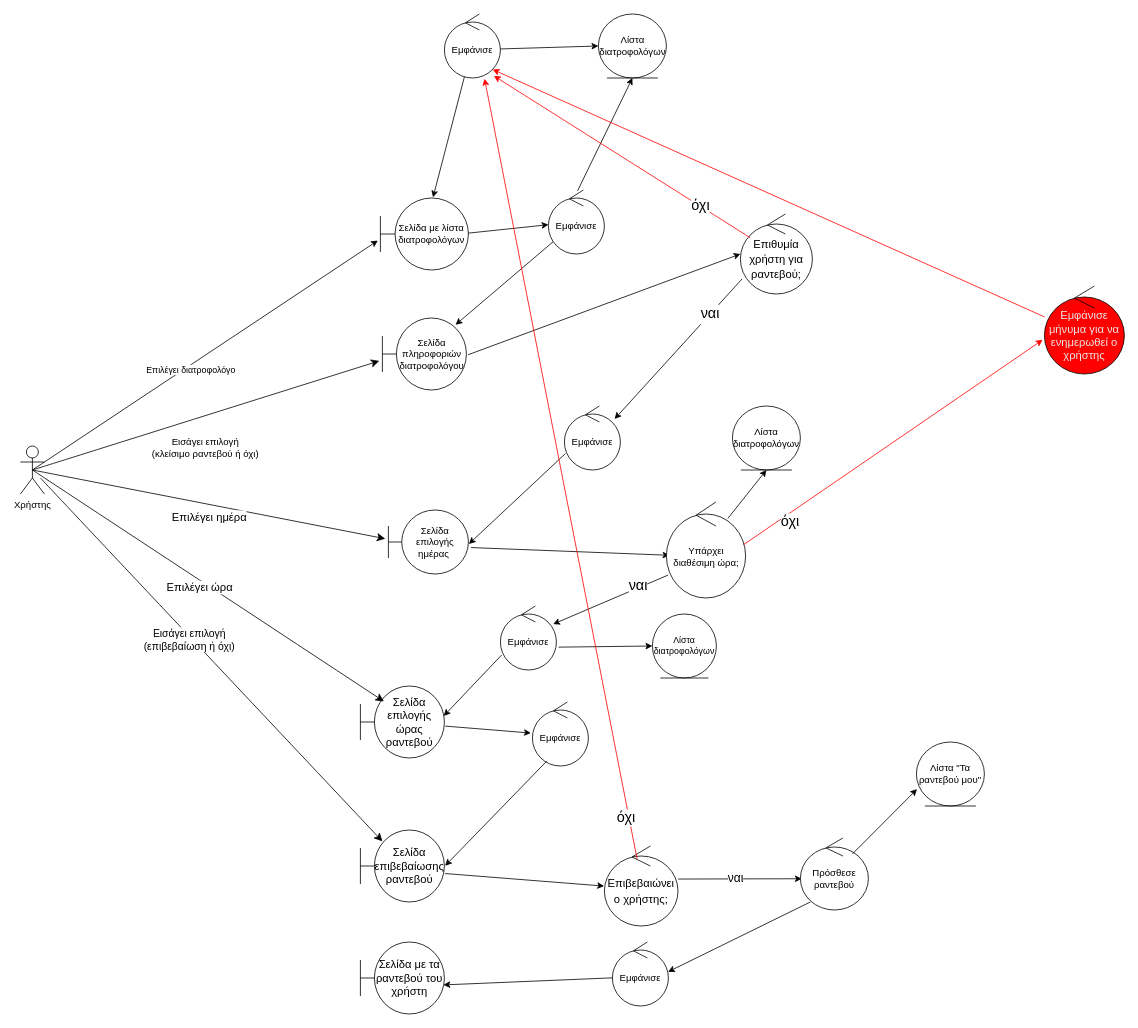
Before: ΠΕΜΠΤΟ ΠΑΡΑΔΟΤΕΟ/ΔΙΟΡΘΩΣΕΙΣ ΠΡΟΗΓΟΥΜΕΝΩΝ ΠΑΡΑΔΟΤΕΩΝ/Robustness-diagrams-v0.3/rd_ραντεβού_με_διατροφολόγο-v0.3.drawio in Dionkaps/Eu-Zin, a draw.io diagram. Source tidied: cells renumbered, new cells numbered last; positions are measured from the earlier drawing's top-left corner, leaving out a move shared by most shapes. Both pictures are drawn from the tidied source at 80%, with x=0, y=0 at pixel (20, 14).
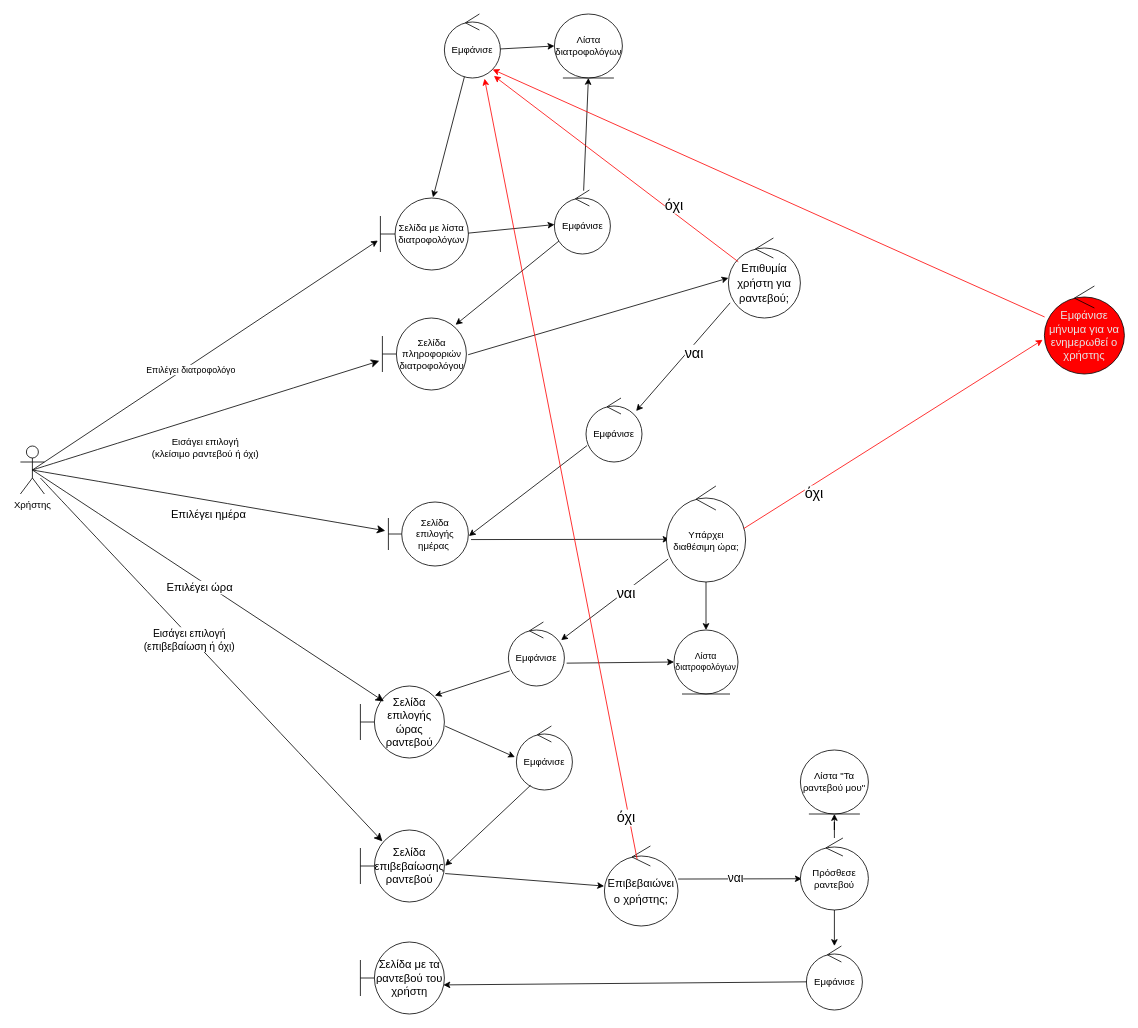
Above is the later version.

Commit message (it also covers changes not shown here):
Διορθώσεις σε rd και δημιουργια sd για use case Ραντεβού με διατροφολόγο

Unchanged cells that the change refers to:
```xml
<mxCell id="29" value="&lt;font style=&quot;font-size: 14px;&quot;&gt;Σελίδα επιλογής ώρας ραντεβού&lt;/font&gt;" style="shape=umlBoundary;whiteSpace=wrap;html=1;strokeColor=#000000;fontColor=#000000;" parent="1" vertex="1">
  <mxGeometry x="425" y="840" width="105" height="90" as="geometry" />
</mxCell>
<mxCell id="48" value="&lt;font&gt;Πρόσθεσε ραντεβού&lt;/font&gt;" style="ellipse;shape=umlControl;whiteSpace=wrap;html=1;strokeColor=#000000;fontColor=#000000;" parent="1" vertex="1">
  <mxGeometry x="975" y="1030" width="85" height="90" as="geometry" />
</mxCell>
```

The edit, as a diff of the source:
```diff
@@
     <mxCell id="11" value="&lt;font&gt;Εμφάνισε&lt;/font&gt;" style="ellipse;shape=umlControl;whiteSpace=wrap;html=1;strokeColor=#000000;fontColor=#000000;" parent="1" vertex="1">
-      <mxGeometry x="660" y="220" width="70" height="80" as="geometry" />
+      <mxGeometry x="667.5" y="220" width="70" height="80" as="geometry" />
     </mxCell>
     <mxCell id="12" value="&lt;font&gt;Λίστα διατροφολόγων&lt;/font&gt;" style="ellipse;shape=umlEntity;whiteSpace=wrap;html=1;strokeColor=#000000;fontColor=#000000;" parent="1" vertex="1">
-      <mxGeometry x="722.5" width="85" height="80" as="geometry" />
+      <mxGeometry x="667.5" width="85" height="80" as="geometry" />
     </mxCell>
@@
     <mxCell id="17" value="&lt;span style=&quot;font-size: 14px;&quot;&gt;Επιθυμία χρήστη για ραντεβού;&lt;/span&gt;" style="ellipse;shape=umlControl;whiteSpace=wrap;html=1;fontSize=16;strokeColor=#000000;fontColor=#000000;" parent="1" vertex="1">
-      <mxGeometry x="900" y="250" width="90" height="100" as="geometry" />
+      <mxGeometry x="885" y="280" width="90" height="100" as="geometry" />
     </mxCell>
@@
     <mxCell id="20" value="&lt;font style=&quot;font-size: 18px;&quot;&gt;ναι&lt;br style=&quot;font-size: 18px;&quot;&gt;&lt;br style=&quot;font-size: 18px;&quot;&gt;&lt;/font&gt;" style="edgeLabel;html=1;align=center;verticalAlign=middle;fontSize=18;rotation=0;fontColor=#000000;" parent="1" vertex="1">
-      <mxGeometry x="870" y="370" as="geometry">
+      <mxGeometry x="850" y="420" as="geometry">
         <mxPoint x="-9" y="14" as="offset" />
       </mxGeometry>
     </mxCell>
     <mxCell id="21" value="&lt;font&gt;Σελίδα επιλογής ημέρας&amp;nbsp;&lt;/font&gt;" style="shape=umlBoundary;whiteSpace=wrap;html=1;strokeColor=#000000;fontColor=#000000;" parent="1" vertex="1">
-      <mxGeometry x="460" y="620" width="100" height="80" as="geometry" />
+      <mxGeometry x="460" y="610" width="100" height="80" as="geometry" />
     </mxCell>
     <mxCell id="22" value="&lt;font&gt;Εμφάνισε&lt;/font&gt;" style="ellipse;shape=umlControl;whiteSpace=wrap;html=1;strokeColor=#000000;fontColor=#000000;" parent="1" vertex="1">
-      <mxGeometry x="680" y="490" width="70" height="80" as="geometry" />
+      <mxGeometry x="707" y="480" width="70" height="80" as="geometry" />
     </mxCell>
@@
+    <mxCell id="64" style="edgeStyle=orthogonalEdgeStyle;rounded=0;jettySize=auto;html=1;" parent="1" edge="1" source="25" target="32">
+      <mxGeometry relative="1" as="geometry" />
+    </mxCell>
     <mxCell id="25" value="Υπάρχει διαθέσιμη ώρα;" style="ellipse;shape=umlControl;whiteSpace=wrap;html=1;strokeColor=#000000;fontColor=#000000;fontSize=12;" parent="1" vertex="1">
-      <mxGeometry x="807.5" y="610" width="99" height="120" as="geometry" />
+      <mxGeometry x="807.5" y="590" width="99" height="120" as="geometry" />
     </mxCell>
@@
-    <mxCell id="27" value="&lt;font&gt;Λίστα διατροφολόγων&lt;/font&gt;" style="ellipse;shape=umlEntity;whiteSpace=wrap;html=1;strokeColor=#000000;fontColor=#000000;" parent="1" vertex="1">
-      <mxGeometry x="890" y="490" width="85" height="80" as="geometry" />
-    </mxCell>
-    <mxCell id="28" style="endArrow=classic;html=1;rounded=0;exitX=0.776;exitY=0.171;exitDx=0;exitDy=0;exitPerimeter=0;entryX=0.5;entryY=1;entryDx=0;entryDy=0;" parent="1" edge="1" source="25" target="27">
-      <mxGeometry relative="1" as="geometry" />
-    </mxCell>
@@
     <mxCell id="30" value="&lt;font&gt;Εμφάνισε&lt;/font&gt;" style="ellipse;shape=umlControl;whiteSpace=wrap;html=1;strokeColor=#000000;fontColor=#000000;" parent="1" vertex="1">
-      <mxGeometry x="600" y="740" width="70" height="80" as="geometry" />
+      <mxGeometry x="610" y="760" width="70" height="80" as="geometry" />
     </mxCell>
-    <mxCell id="31" style="endArrow=classic;html=1;rounded=0;exitX=0.023;exitY=0.765;exitDx=0;exitDy=0;exitPerimeter=0;entryX=0.992;entryY=0.416;entryDx=0;entryDy=0;entryPerimeter=0;" parent="1" edge="1" source="30" target="29">
+    <mxCell id="31" style="endArrow=classic;html=1;rounded=0;exitX=0.023;exitY=0.765;exitDx=0;exitDy=0;exitPerimeter=0;entryX=0.886;entryY=0.133;entryDx=0;entryDy=0;entryPerimeter=0;" parent="1" edge="1" source="30" target="29">
       <mxGeometry relative="1" as="geometry" />
     </mxCell>
     <mxCell id="32" value="&lt;font style=&quot;font-size: 11px;&quot;&gt;Λίστα διατροφολόγων&lt;/font&gt;" style="ellipse;shape=umlEntity;whiteSpace=wrap;html=1;strokeColor=#000000;fontColor=#000000;fontSize=11;" parent="1" vertex="1">
-      <mxGeometry x="790" y="750" width="80" height="80" as="geometry" />
+      <mxGeometry x="817" y="770" width="80" height="80" as="geometry" />
     </mxCell>
@@
     <mxCell id="39" value="&lt;font&gt;Εμφάνισε&lt;/font&gt;" style="ellipse;shape=umlControl;whiteSpace=wrap;html=1;strokeColor=#000000;fontColor=#000000;" parent="1" vertex="1">
-      <mxGeometry x="640" y="860" width="70" height="80" as="geometry" />
+      <mxGeometry x="620" y="890" width="70" height="80" as="geometry" />
     </mxCell>
@@
+    <mxCell id="51" style="edgeStyle=orthogonalEdgeStyle;rounded=0;jettySize=auto;html=1;" parent="1" edge="1" source="48" target="52">
+      <mxGeometry relative="1" as="geometry" />
+    </mxCell>
+    <mxCell id="49" style="edgeStyle=orthogonalEdgeStyle;rounded=0;jettySize=auto;html=1;" parent="1" edge="1" source="48" target="50">
+      <mxGeometry relative="1" as="geometry" />
+    </mxCell>
@@
-    <mxCell id="49" style="endArrow=classic;html=1;rounded=0;exitX=0.765;exitY=0.222;exitDx=0;exitDy=0;exitPerimeter=0;entryX=0.009;entryY=0.736;entryDx=0;entryDy=0;entryPerimeter=0;" parent="1" edge="1" source="48" target="50">
-      <mxGeometry relative="1" as="geometry" />
-    </mxCell>
     <mxCell id="50" value="&lt;font&gt;Λίστα &quot;Τα ραντεβού μου&quot;&lt;/font&gt;" style="ellipse;shape=umlEntity;whiteSpace=wrap;html=1;strokeColor=#000000;fontColor=#000000;" parent="1" vertex="1">
-      <mxGeometry x="1120" y="910" width="85" height="80" as="geometry" />
+      <mxGeometry x="975" y="920" width="85" height="80" as="geometry" />
     </mxCell>
-    <mxCell id="51" style="endArrow=classic;html=1;rounded=0;exitX=0.144;exitY=0.89;exitDx=0;exitDy=0;exitPerimeter=0;entryX=0.994;entryY=0.466;entryDx=0;entryDy=0;entryPerimeter=0;" parent="1" edge="1" source="48" target="52">
-      <mxGeometry relative="1" as="geometry" />
-    </mxCell>
     <mxCell id="52" value="&lt;font&gt;Εμφάνισε&lt;/font&gt;" style="ellipse;shape=umlControl;whiteSpace=wrap;html=1;strokeColor=#000000;fontColor=#000000;" parent="1" vertex="1">
-      <mxGeometry x="740" y="1160" width="70" height="80" as="geometry" />
+      <mxGeometry x="982.5" y="1165" width="70" height="80" as="geometry" />
     </mxCell>
@@
     <mxCell id="56" value="&lt;font style=&quot;font-size: 18px;&quot;&gt;όχι&lt;br style=&quot;font-size: 18px;&quot;&gt;&lt;/font&gt;" style="edgeLabel;html=1;align=center;verticalAlign=middle;fontSize=18;rotation=0;fontColor=#000000;" parent="1" vertex="1">
-      <mxGeometry x="840" y="240" as="geometry">
+      <mxGeometry x="807.5" y="240" as="geometry">
         <mxPoint x="9" y="-2" as="offset" />
       </mxGeometry>
     </mxCell>
@@
     <mxCell id="58" value="&lt;font style=&quot;font-size: 18px;&quot;&gt;ναι&lt;br style=&quot;font-size: 18px;&quot;&gt;&lt;br style=&quot;font-size: 18px;&quot;&gt;&lt;/font&gt;" style="edgeLabel;html=1;align=center;verticalAlign=middle;fontSize=18;rotation=0;fontColor=#000000;" parent="1" vertex="1">
-      <mxGeometry x="780" y="710" as="geometry">
+      <mxGeometry x="765" y="720" as="geometry">
         <mxPoint x="-9" y="14" as="offset" />
       </mxGeometry>
     </mxCell>
     <mxCell id="59" value="&lt;font style=&quot;font-size: 18px;&quot;&gt;όχι&lt;br style=&quot;font-size: 18px;&quot;&gt;&lt;/font&gt;" style="edgeLabel;html=1;align=center;verticalAlign=middle;fontSize=18;rotation=0;fontColor=#000000;" parent="1" vertex="1">
-      <mxGeometry x="970" y="620" as="geometry">
+      <mxGeometry x="1000" y="585" as="geometry">
         <mxPoint x="-9" y="14" as="offset" />
       </mxGeometry>
     </mxCell>
```
